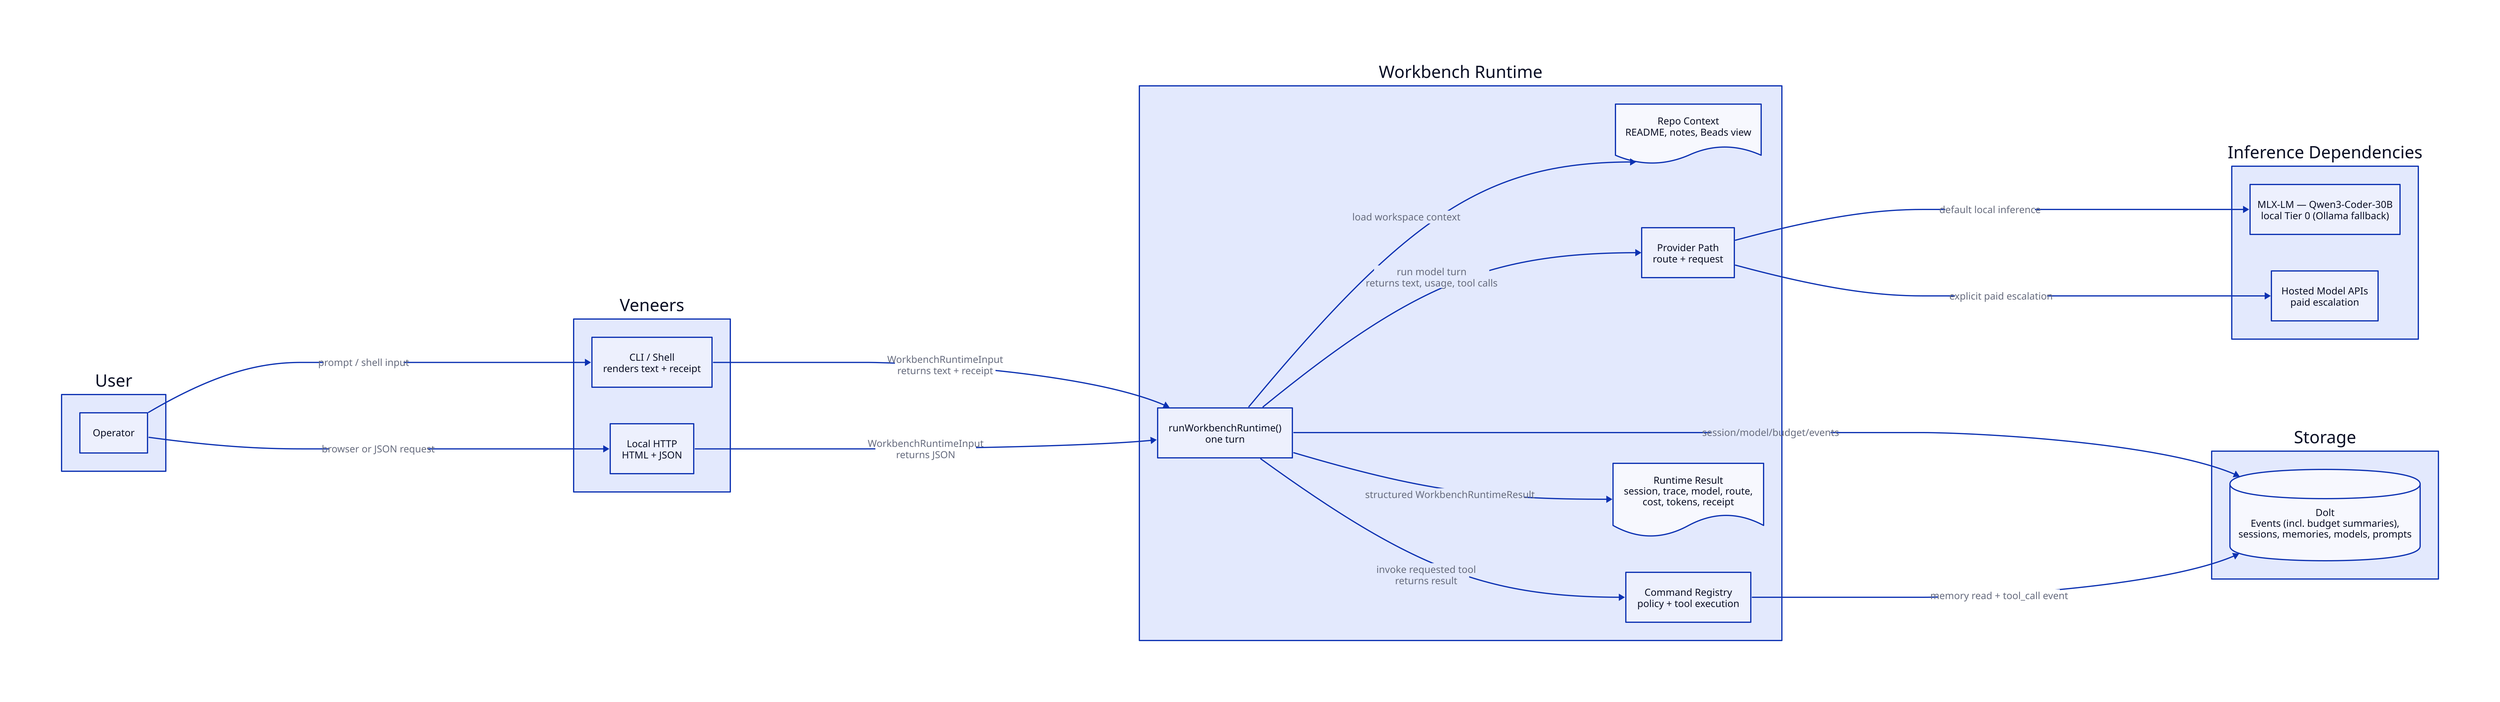
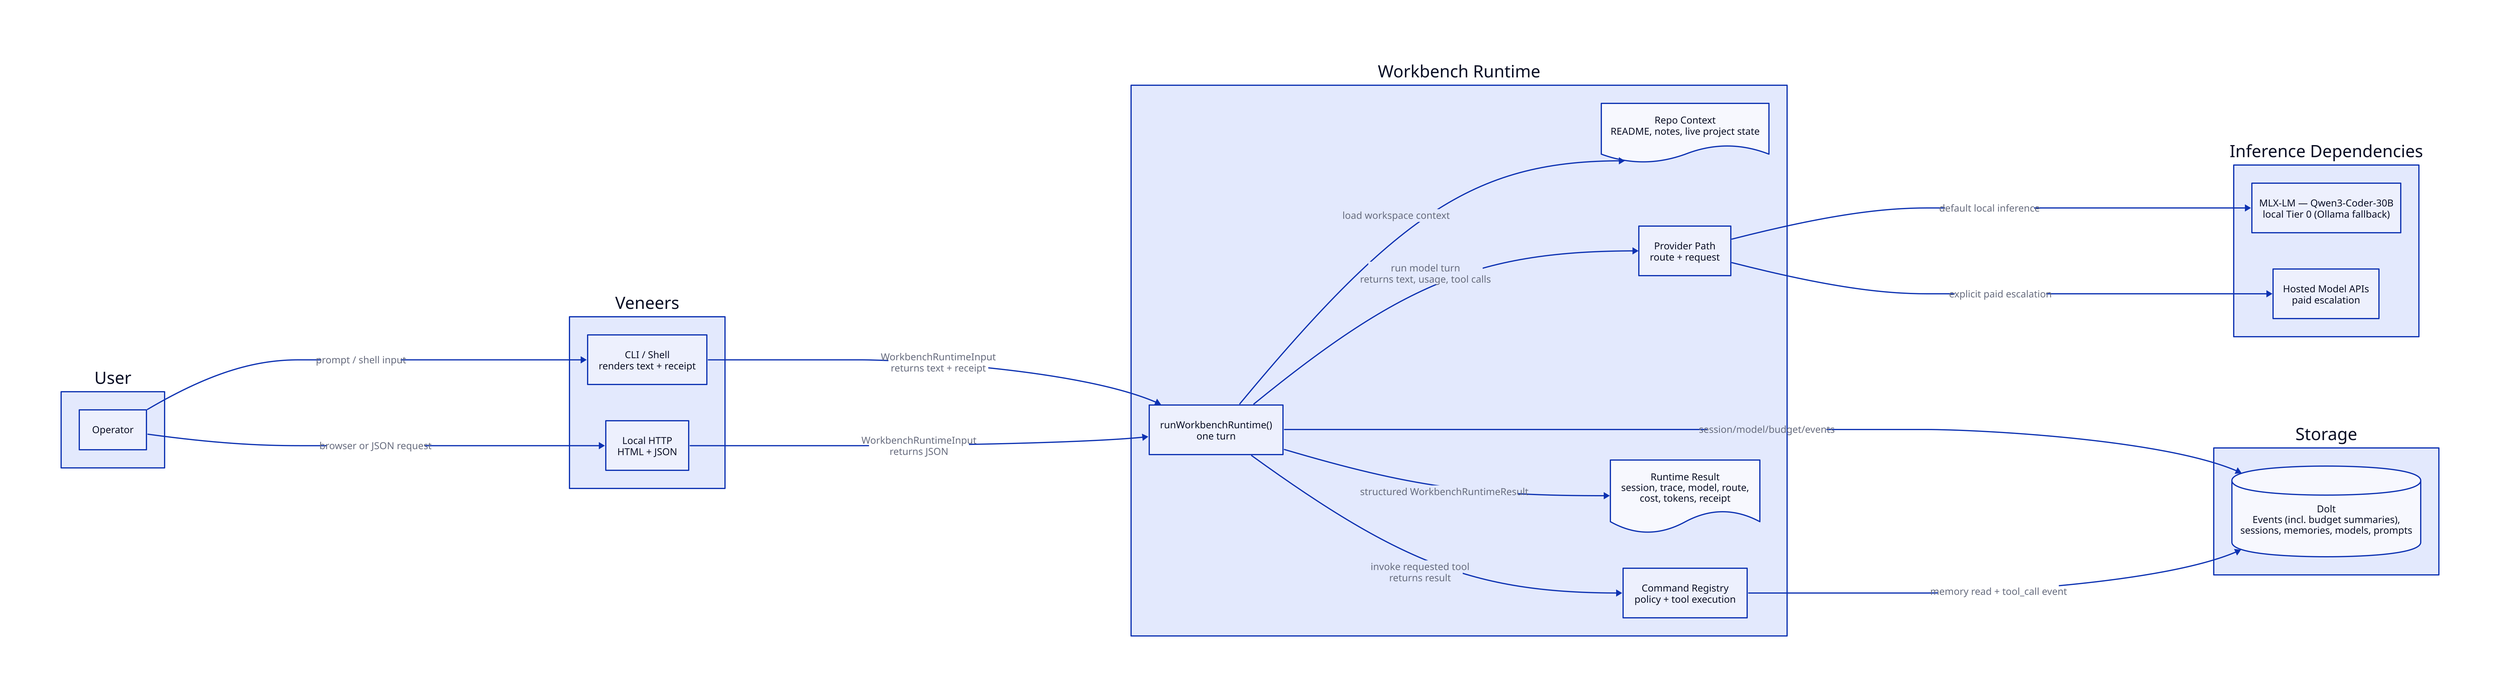
direction: right

user: {
  label: "User"

  operator: {
    label: "Operator"
    shape: rectangle
  }
}

veneers: {
  label: "Veneers"

  cli: {
    label: "CLI / Shell\nrenders text + receipt"
    shape: rectangle
  }

  http: {
    label: "Local HTTP\nHTML + JSON"
    shape: rectangle
  }
}

runtime_core: {
  label: "Workbench Runtime"

  runtime: {
    label: "runWorkbenchRuntime()\none turn"
    shape: rectangle
  }

  repo_context: {
-     label: "Repo Context\nREADME, notes, Beads view"
+     label: "Repo Context\nREADME, notes, live project state"
    shape: document
  }

  model_router: {
    label: "Provider Path\nroute + request"
    shape: rectangle
  }

  commands: {
    label: "Command Registry\npolicy + tool execution"
    shape: rectangle
  }

  result: {
    label: "Runtime Result\nsession, trace, model, route,\ncost, tokens, receipt"
    shape: document
  }
}

inference: {
  label: "Inference Dependencies"

  local_model: {
    label: "MLX-LM — Qwen3-Coder-30B\nlocal Tier 0 (Ollama fallback)"
    shape: rectangle
  }

  hosted_model: {
    label: "Hosted Model APIs\npaid escalation"
    shape: rectangle
  }
}

storage: {
  label: "Storage"

  dolt: {
    label: "Dolt\nEvents (incl. budget summaries),\nsessions, memories, models, prompts"
    shape: cylinder
  }
}

user.operator -> veneers.cli: "prompt / shell input"
user.operator -> veneers.http: "browser or JSON request"

veneers.cli -> runtime_core.runtime: "WorkbenchRuntimeInput\nreturns text + receipt"
veneers.http -> runtime_core.runtime: "WorkbenchRuntimeInput\nreturns JSON"

runtime_core.runtime -> runtime_core.repo_context: "load workspace context"
runtime_core.runtime -> runtime_core.model_router: "run model turn\nreturns text, usage, tool calls"
runtime_core.runtime -> runtime_core.commands: "invoke requested tool\nreturns result"
runtime_core.runtime -> storage.dolt: "session/model/budget/events"
runtime_core.commands -> storage.dolt: "memory read + tool_call event"
runtime_core.model_router -> inference.local_model: "default local inference"
runtime_core.model_router -> inference.hosted_model: "explicit paid escalation"
runtime_core.runtime -> runtime_core.result: "structured WorkbenchRuntimeResult"
